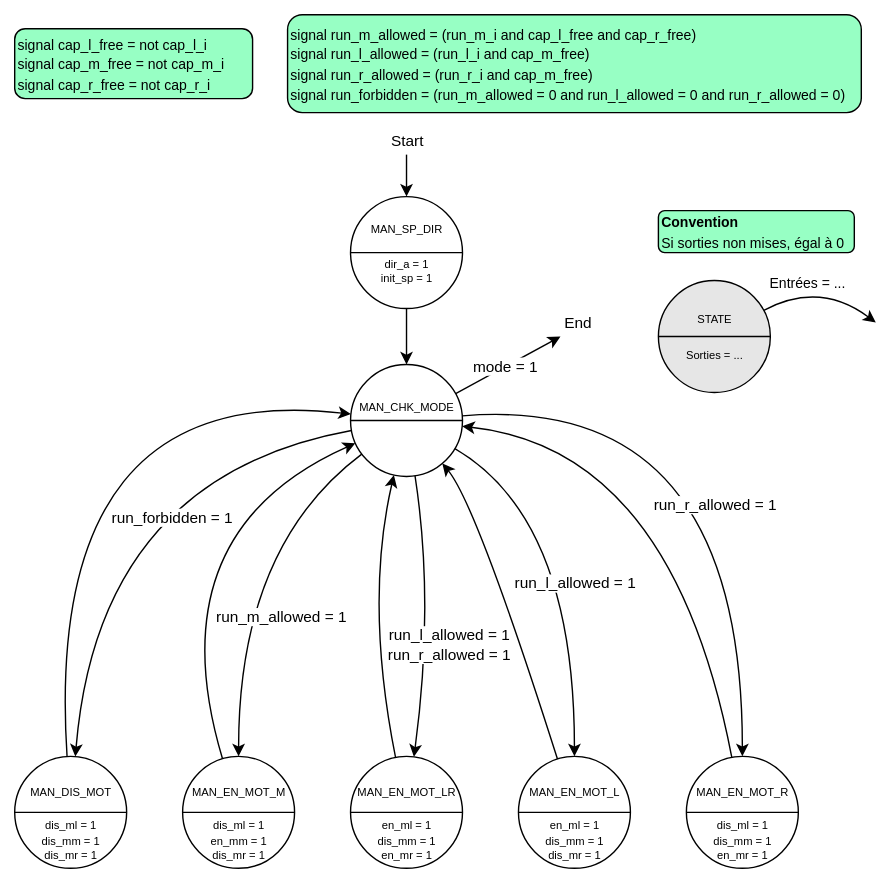
This is doc/images/state_manual_sequence.svg from Schokiiiiiiii/csn26, a draw.io export, as it was before one commit. Source tidied: cells renumbered, new cells last; positions are measured from the earlier drawing's top-left corner, leaving out a move shared by most shapes.
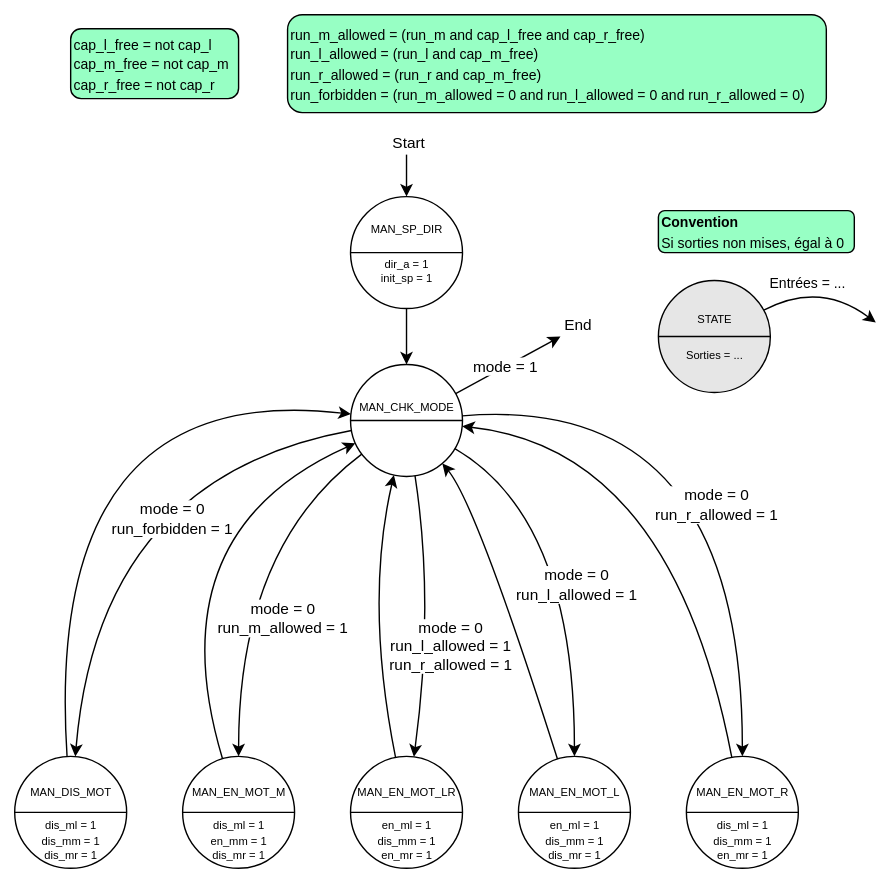
Later version of the same file.

Change to the diagram source:
```diff
@@ -18,8 +18,8 @@
         <mxPoint y="-16" as="offset" />
       </mxGeometry>
     </mxCell>
-    <mxCell id="6" value="&lt;span style=&quot;font-size: 10px;&quot;&gt;signal cap_l_free = not cap_l_i&lt;/span&gt;&lt;div&gt;&lt;span style=&quot;font-size: 10px;&quot;&gt;signal cap_m_free = not cap_m_i&lt;/span&gt;&lt;/div&gt;&lt;div&gt;&lt;span style=&quot;font-size: 10px;&quot;&gt;signal cap_r_free = not cap_r_i&lt;/span&gt;&lt;/div&gt;" style="rounded=1;whiteSpace=wrap;html=1;align=left;fillColor=#97FFC4;" parent="1" vertex="1">
-      <mxGeometry y="10" width="170" height="50" as="geometry" />
+    <mxCell id="6" value="&lt;span style=&quot;font-size: 10px;&quot;&gt;cap_l_free = not cap_l&lt;/span&gt;&lt;div&gt;&lt;span style=&quot;font-size: 10px;&quot;&gt;cap_m_free = not cap_m&lt;/span&gt;&lt;/div&gt;&lt;div&gt;&lt;span style=&quot;font-size: 10px;&quot;&gt;cap_r_free = not cap_r&lt;/span&gt;&lt;/div&gt;" style="rounded=1;whiteSpace=wrap;html=1;align=left;fillColor=#97FFC4;" parent="1" vertex="1">
+      <mxGeometry x="40" y="10" width="120" height="50" as="geometry" />
     </mxCell>
     <mxCell id="7" value="&lt;div style=&quot;line-height: 90%;&quot;&gt;&lt;span style=&quot;font-size: 8px; background-color: transparent; color: light-dark(rgb(0, 0, 0), rgb(255, 255, 255));&quot;&gt;STATE&lt;/span&gt;&lt;/div&gt;&lt;div style=&quot;line-height: 90%;&quot;&gt;&lt;span style=&quot;font-size: 8px; background-color: transparent; color: light-dark(rgb(0, 0, 0), rgb(255, 255, 255));&quot;&gt;&lt;br&gt;&lt;/span&gt;&lt;/div&gt;&lt;div style=&quot;line-height: 90%;&quot;&gt;&lt;div&gt;&lt;font style=&quot;font-size: 8px;&quot;&gt;Sorties = ...&lt;/font&gt;&lt;/div&gt;&lt;/div&gt;" style="ellipse;whiteSpace=wrap;html=1;fillColor=#E6E6E6;" parent="1" vertex="1">
       <mxGeometry x="460" y="190" width="80" height="80" as="geometry" />
@@ -104,7 +104,7 @@
         </Array>
       </mxGeometry>
     </mxCell>
-    <mxCell id="29" value="run_m_allowed = 1" style="edgeLabel;html=1;align=center;verticalAlign=middle;" parent="28" vertex="1">
+    <mxCell id="29" value="&lt;div&gt;mode = 0&lt;/div&gt;run_m_allowed = 1" style="edgeLabel;html=1;align=center;verticalAlign=middle;" parent="28" vertex="1">
       <mxGeometry x="-0.04" y="17" relative="1" as="geometry">
         <mxPoint x="13" y="35" as="offset" />
       </mxGeometry>
@@ -116,7 +116,7 @@
         </Array>
       </mxGeometry>
     </mxCell>
-    <mxCell id="31" value="run_l_allowed = 1" style="edgeLabel;html=1;align=center;verticalAlign=middle;" parent="30" vertex="1">
+    <mxCell id="31" value="&lt;div&gt;mode = 0&lt;/div&gt;run_l_allowed = 1" style="edgeLabel;html=1;align=center;verticalAlign=middle;" parent="30" vertex="1">
       <mxGeometry x="0.08" y="-14" relative="1" as="geometry">
         <mxPoint x="14" as="offset" />
       </mxGeometry>
@@ -128,7 +128,7 @@
         </Array>
       </mxGeometry>
     </mxCell>
-    <mxCell id="33" value="run_r_allowed = 1" style="edgeLabel;html=1;align=center;verticalAlign=middle;" parent="32" vertex="1">
+    <mxCell id="33" value="&lt;div&gt;mode = 0&lt;/div&gt;run_r_allowed = 1" style="edgeLabel;html=1;align=center;verticalAlign=middle;" parent="32" vertex="1">
       <mxGeometry x="0.23" y="-39" relative="1" as="geometry">
         <mxPoint x="19" y="-4" as="offset" />
       </mxGeometry>
@@ -140,7 +140,7 @@
         </Array>
       </mxGeometry>
     </mxCell>
-    <mxCell id="35" value="run_forbidden = 1" style="edgeLabel;html=1;align=center;verticalAlign=middle;" parent="34" vertex="1">
+    <mxCell id="35" value="&lt;div&gt;mode = 0&lt;/div&gt;run_forbidden = 1" style="edgeLabel;html=1;align=center;verticalAlign=middle;" parent="34" vertex="1">
       <mxGeometry x="-0.28" y="38" relative="1" as="geometry" />
     </mxCell>
     <mxCell id="36" style="curved=1;endArrow=classic;html=1;rounded=0;" parent="1" edge="1" source="24" target="13">
@@ -157,7 +157,7 @@
         </Array>
       </mxGeometry>
     </mxCell>
-    <mxCell id="38" value="run_l_allowed = 1&lt;div&gt;run_r_allowed = 1&lt;/div&gt;" style="edgeLabel;html=1;align=center;verticalAlign=middle;" parent="37" vertex="1">
+    <mxCell id="38" value="&lt;div&gt;mode = 0&lt;/div&gt;run_l_allowed = 1&lt;div&gt;run_r_allowed = 1&lt;/div&gt;" style="edgeLabel;html=1;align=center;verticalAlign=middle;" parent="37" vertex="1">
       <mxGeometry x="0.11" relative="1" as="geometry">
         <mxPoint x="13" y="10" as="offset" />
       </mxGeometry>
@@ -190,8 +190,8 @@
         </Array>
       </mxGeometry>
     </mxCell>
-    <mxCell id="43" value="&lt;span style=&quot;font-size: 10px;&quot;&gt;signal run_m_allowed = (run_m_i and cap_l_free and cap_r_free)&lt;/span&gt;&lt;div&gt;&lt;span style=&quot;font-size: 10px;&quot;&gt;signal run_l_allowed = (run_l_i and cap_m_free)&lt;/span&gt;&lt;/div&gt;&lt;div&gt;&lt;span style=&quot;font-size: 10px;&quot;&gt;signal run_r_allowed = (run_r_i and cap_m_free)&lt;/span&gt;&lt;/div&gt;&lt;div&gt;&lt;span style=&quot;font-size: 10px;&quot;&gt;signal run_forbidden = (run_m_allowed = 0 and run_l_allowed = 0 and run_r_allowed = 0)&lt;/span&gt;&lt;/div&gt;" style="rounded=1;whiteSpace=wrap;html=1;align=left;fillColor=#97FFC4;" parent="1" vertex="1">
-      <mxGeometry x="195" width="410" height="70" as="geometry" />
+    <mxCell id="43" value="&lt;span style=&quot;font-size: 10px;&quot;&gt;run_m_allowed = (run_m and cap_l_free and cap_r_free)&lt;/span&gt;&lt;div&gt;&lt;span style=&quot;font-size: 10px;&quot;&gt;run_l_allowed = (run_l and cap_m_free)&lt;/span&gt;&lt;/div&gt;&lt;div&gt;&lt;span style=&quot;font-size: 10px;&quot;&gt;run_r_allowed = (run_r and cap_m_free)&lt;/span&gt;&lt;/div&gt;&lt;div&gt;&lt;span style=&quot;font-size: 10px;&quot;&gt;run_forbidden = (run_m_allowed = 0 and run_l_allowed = 0 and run_r_allowed = 0)&lt;/span&gt;&lt;/div&gt;" style="rounded=1;whiteSpace=wrap;html=1;align=left;fillColor=#97FFC4;" parent="1" vertex="1">
+      <mxGeometry x="195" width="385" height="70" as="geometry" />
     </mxCell>
   </root>
 </mxGraphModel>
```
